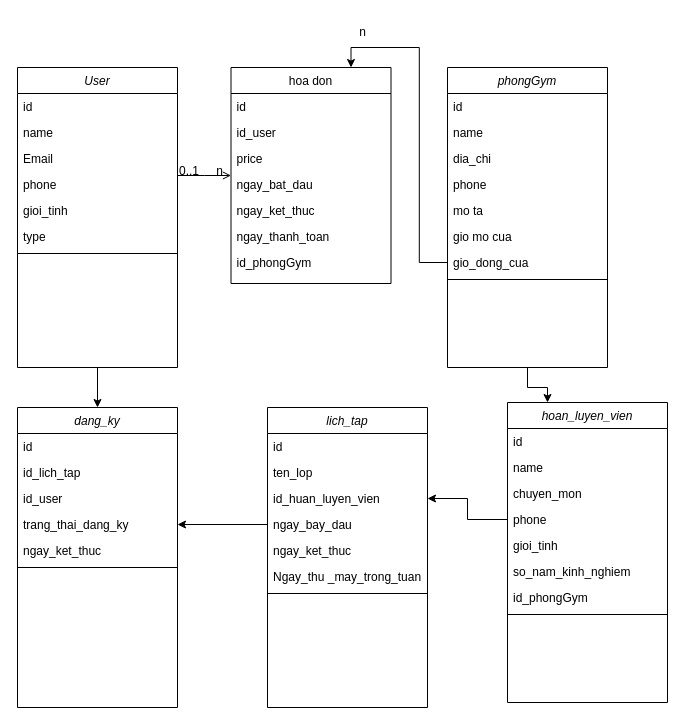
The draw.io diagram Biểu đồ không có tiêu đề.drawio in HieuNguyen06nd/JAVA30_SQL, before the edit. Source tidied: cells renumbered, new cells numbered last; positions are measured from the earlier drawing's top-left corner, leaving out a move shared by most shapes. Both pictures are drawn from the tidied source at 100%, with x=0, y=0 at pixel (17, 17).
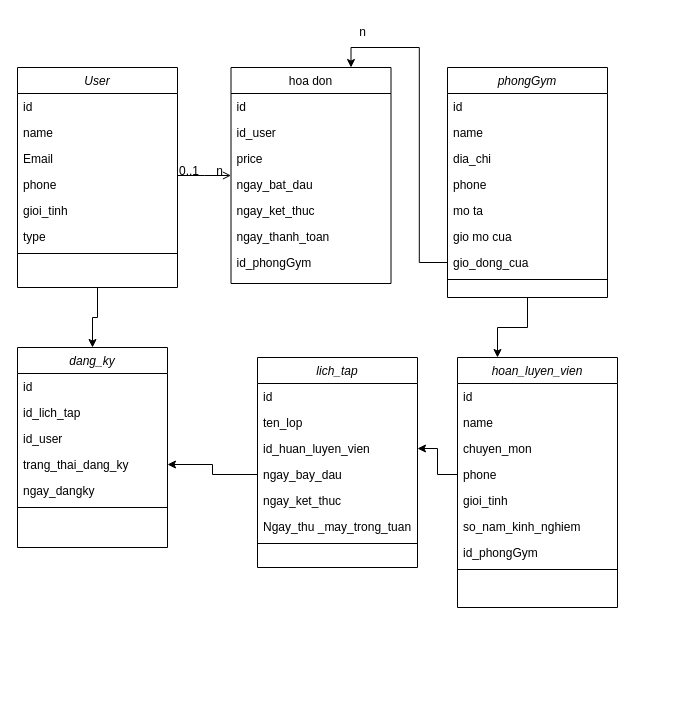
After the change.

Commit message (it also covers changes not shown here):
Cập nhật Biểu đồ không có tiêu đề.drawio

Change to the diagram source:
```diff
@@
     <mxCell id="3" value="User" style="swimlane;fontStyle=2;align=center;verticalAlign=top;horizontal=1;startSize=26;rounded=0;shadow=0;strokeWidth=1;" parent="1" vertex="1">
-      <mxGeometry y="50" width="160" height="300" as="geometry" />
+      <mxGeometry y="50" width="160" height="220" as="geometry" />
     </mxCell>
@@
     <mxCell id="11" value="hoan_luyen_vien" style="swimlane;fontStyle=2;align=center;verticalAlign=top;horizontal=1;startSize=26;rounded=0;shadow=0;strokeWidth=1;" parent="1" vertex="1">
-      <mxGeometry x="490" y="385" width="160" height="300" as="geometry" />
+      <mxGeometry x="440" y="340" width="160" height="250" as="geometry" />
     </mxCell>
@@
     <mxCell id="20" value="lich_tap" style="swimlane;fontStyle=2;align=center;verticalAlign=top;horizontal=1;startSize=26;rounded=0;shadow=0;strokeWidth=1;" parent="1" vertex="1">
-      <mxGeometry x="250" y="390" width="160" height="300" as="geometry" />
+      <mxGeometry x="240" y="340" width="160" height="210" as="geometry" />
     </mxCell>
@@
     <mxCell id="29" value="phongGym" style="swimlane;fontStyle=2;align=center;verticalAlign=top;horizontal=1;startSize=26;rounded=0;shadow=0;strokeWidth=1;" parent="1" vertex="1">
-      <mxGeometry x="430" y="50" width="160" height="300" as="geometry" />
+      <mxGeometry x="430" y="50" width="160" height="230" as="geometry" />
     </mxCell>
@@
     <mxCell id="52" value="dang_ky" style="swimlane;fontStyle=2;align=center;verticalAlign=top;horizontal=1;startSize=26;rounded=0;shadow=0;strokeWidth=1;" parent="1" vertex="1">
-      <mxGeometry y="390" width="160" height="300" as="geometry" />
+      <mxGeometry y="330" width="150" height="200" as="geometry" />
     </mxCell>
     <mxCell id="53" value="id&#10;" style="text;align=left;verticalAlign=top;spacingLeft=4;spacingRight=4;overflow=hidden;" parent="52" vertex="1">
-      <mxGeometry y="26" width="160" height="26" as="geometry" />
+      <mxGeometry y="26" width="150" height="26" as="geometry" />
     </mxCell>
     <mxCell id="54" value="id_lich_tap" style="text;align=left;verticalAlign=top;spacingLeft=4;spacingRight=4;overflow=hidden;rounded=0;shadow=0;html=0;" parent="52" vertex="1">
-      <mxGeometry y="52" width="160" height="26" as="geometry" />
+      <mxGeometry y="52" width="150" height="26" as="geometry" />
     </mxCell>
     <mxCell id="55" value="id_user" style="text;align=left;verticalAlign=top;spacingLeft=4;spacingRight=4;overflow=hidden;rounded=0;shadow=0;html=0;" parent="52" vertex="1">
-      <mxGeometry y="78" width="160" height="26" as="geometry" />
+      <mxGeometry y="78" width="150" height="26" as="geometry" />
     </mxCell>
     <mxCell id="56" value="trang_thai_dang_ky" style="text;align=left;verticalAlign=top;spacingLeft=4;spacingRight=4;overflow=hidden;points=[[0,0.5],[1,0.5]];portConstraint=eastwest;" parent="52" vertex="1">
-      <mxGeometry y="104" width="160" height="26" as="geometry" />
+      <mxGeometry y="104" width="150" height="26" as="geometry" />
     </mxCell>
-    <mxCell id="57" value="ngay_ket_thuc" style="text;align=left;verticalAlign=top;spacingLeft=4;spacingRight=4;overflow=hidden;" parent="52" vertex="1">
-      <mxGeometry y="130" width="160" height="26" as="geometry" />
+    <mxCell id="57" value="ngay_dangky" style="text;align=left;verticalAlign=top;spacingLeft=4;spacingRight=4;overflow=hidden;" parent="52" vertex="1">
+      <mxGeometry y="130" width="150" height="26" as="geometry" />
     </mxCell>
     <mxCell id="58" style="line;html=1;strokeWidth=1;align=left;verticalAlign=middle;spacingTop=-1;spacingLeft=3;spacingRight=3;labelPosition=right;" parent="52" vertex="1">
-      <mxGeometry y="156" width="160" height="8" as="geometry" />
+      <mxGeometry y="156" width="150" height="8" as="geometry" />
     </mxCell>
```
